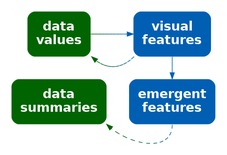
Earlier version of the Graphviz export Diagrams/data-vis-vis-stat.png (pmur002/hdvw). Its source is kept beside it as Diagrams/data-vis-vis-stat.dot.
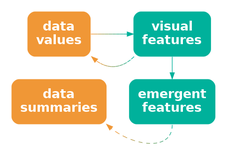
After the commit.

Diff of the diagram source:
```diff
@@ -1,16 +1,16 @@
 digraph {
   graph [ rankdir=LR; margin=.2; nodesep=.5 ];
   node [ fontsize=20; fontname="sans bold"; margin=.2 ];
-  data [ label="data\nvalues"; shape=box; style="filled, rounded"; penwidth=0; fontcolor=white; fillcolor="#006400" ]
-  stat [ label="data\nsummaries"; shape=box; style="filled, rounded"; penwidth=0; fontcolor=white; fillcolor="#006400" ]
+  data [ label="data\nvalues"; shape=box; style="filled, rounded"; penwidth=0; fontcolor=white; fillcolor="#F09736" ]
+  stat [ label="data\nsummaries"; shape=box; style="filled, rounded"; penwidth=0; fontcolor=white; fillcolor="#F09736" ]
   vis [ label="visual\nfeatures"; shape=box;
-     style="filled, rounded"; penwidth=0; fontcolor=white; fillcolor="#005FB2" ]
+     style="filled, rounded"; penwidth=0; fontcolor=white; fillcolor="#00B19B" ]
   add [ label="emergent\nfeatures"; shape=box;
-     style="filled, rounded"; penwidth=0; fontcolor=white; fillcolor="#005FB2" ]
-  data -> vis [ color="#006400;0.1:#006314;0.1:#006328;0.1:#00623B;0.1:#00624F;0.1:#006163;0.1:#006177;0.1:#00608A;0.1:#00609E;0.1:#005FB2;0.1" ]
-  vis -> add [ color="#005FB2" ]
-  vis:sw -> data:se [ style="dashed", color="#005FB2;0.1:#00609E;0.1:#00608A;0.1:#006177;0.1:#006163;0.1:#00624F;0.1:#00623B;0.1:#006328;0.1:#006314;0.1:#006400;0.1" ]
-  add:s -> stat:se [ style="dashed", color="#005FB2;0.1:#00609E;0.1:#00608A;0.1:#006177;0.1:#006163;0.1:#00624F;0.1:#00623B;0.1:#006328;0.1:#006314;0.1:#006400;0.1" ]
+     style="filled, rounded"; penwidth=0; fontcolor=white; fillcolor="#00B19B" ]
+  data -> vis [ color="#F09736;0.1:#D59A41;0.1:#BB9D4C;0.1:#A0A058;0.1:#85A363;0.1:#6BA56E;0.1:#50A879;0.1:#35AB85;0.1:#1BAE90;0.1:#00B19B;0.1" ]
+  vis -> add [ color="#00B19B" ]
+  vis:sw -> data:se [ style="dashed", color="#00B19B;0.1:#1BAE90;0.1:#35AB85;0.1:#50A879;0.1:#6BA56E;0.1:#85A363;0.1:#A0A058;0.1:#BB9D4C;0.1:#D59A41;0.1:#F09736;0.1" ]
+  add:s -> stat:se [ style="dashed", color="#00B19B;0.1:#1BAE90;0.1:#35AB85;0.1:#50A879;0.1:#6BA56E;0.1:#85A363;0.1:#A0A058;0.1:#BB9D4C;0.1:#D59A41;0.1:#F09736;0.1" ]
 { rank=same; data, stat }
 { rank=same; vis, add }
 }
```
